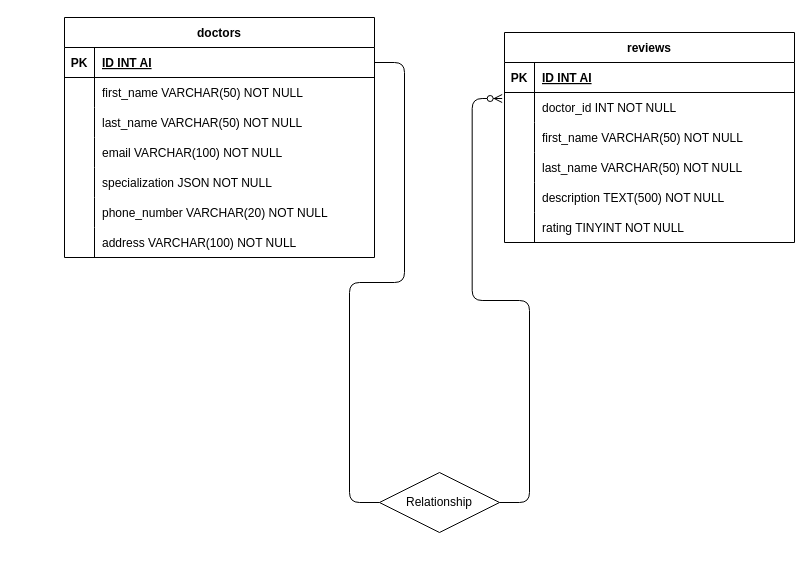
danielaconceicao/BDoctors keeps this draw.io diagram as BackEnd/db.drawio. Above is the earlier version. Source tidied: cells renumbered, new cells numbered last; positions are measured from the earlier drawing's top-left corner, leaving out a move shared by most shapes. Both pictures are drawn from the tidied source at 100%, with x=0, y=0 at pixel (64, 17).
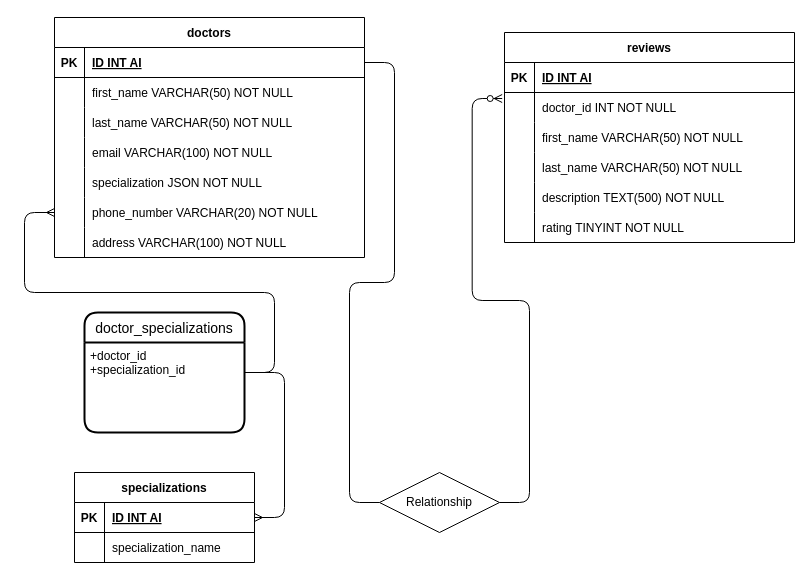
The same page after the edit.

Change to the diagram source:
```diff
@@
     <mxCell id="2" value="doctors" style="shape=table;startSize=30;childLayout=tableLayout;rowLines=0;fontStyle=1;align=center;" parent="1" vertex="1">
-      <mxGeometry width="310" height="240" as="geometry" />
+      <mxGeometry x="-10" width="310" height="240" as="geometry" />
     </mxCell>
@@
+    <mxCell id="46" value="specializations" style="shape=table;startSize=30;childLayout=tableLayout;rowLines=0;fontStyle=1;align=center;" parent="1" vertex="1">
+      <mxGeometry x="10" y="455" width="180" height="90" as="geometry" />
+    </mxCell>
+    <mxCell id="47" style="shape=tableRow;horizontal=0;startSize=0;swimlaneHead=0;swimlaneBody=0;fillColor=none;top=0;left=0;right=0;bottom=1;" parent="46" vertex="1">
+      <mxGeometry y="30" width="180" height="30" as="geometry" />
+    </mxCell>
+    <mxCell id="48" value="PK" style="shape=partialRectangle;fillColor=none;top=0;left=0;bottom=0;right=0;fontStyle=1;overflow=hidden;" parent="47" vertex="1">
+      <mxGeometry width="30" height="30" as="geometry" />
+    </mxCell>
+    <mxCell id="49" value="ID INT AI" style="shape=partialRectangle;fillColor=none;top=0;left=0;bottom=0;right=0;align=left;spacingLeft=6;fontStyle=5;overflow=hidden;" parent="47" vertex="1">
+      <mxGeometry x="30" width="150" height="30" as="geometry" />
+    </mxCell>
+    <mxCell id="50" style="shape=tableRow;horizontal=0;startSize=0;swimlaneHead=0;swimlaneBody=0;fillColor=none;top=0;left=0;right=0;bottom=0;" parent="46" vertex="1">
+      <mxGeometry y="60" width="180" height="30" as="geometry" />
+    </mxCell>
+    <mxCell id="51" style="shape=partialRectangle;fillColor=none;top=0;left=0;bottom=0;right=0;overflow=hidden;" parent="50" vertex="1">
+      <mxGeometry width="30" height="30" as="geometry" />
+    </mxCell>
+    <mxCell id="52" value="specialization_name" style="shape=partialRectangle;fillColor=none;top=0;left=0;bottom=0;right=0;align=left;spacingLeft=6;overflow=hidden;" parent="50" vertex="1">
+      <mxGeometry x="30" width="150" height="30" as="geometry" />
+    </mxCell>
+    <mxCell id="53" style="edgeStyle=entityRelationEdgeStyle;fontSize=12;html=1;endArrow=ERmany;startArrow=none;" parent="1" edge="1" source="55">
+      <mxGeometry relative="1" as="geometry">
+        <mxPoint x="-10" y="195" as="targetPoint" />
+      </mxGeometry>
+    </mxCell>
+    <mxCell id="54" style="edgeStyle=entityRelationEdgeStyle;fontSize=12;html=1;endArrow=none;startArrow=ERmany;" parent="1" edge="1" source="46" target="55">
+      <mxGeometry relative="1" as="geometry" />
+    </mxCell>
+    <mxCell id="55" value="doctor_specializations" style="swimlane;horizontal=1;startSize=30;rounded=1;fontSize=14;fontStyle=0;strokeWidth=2;shadow=0;dashed=0;align=center;" parent="1" vertex="1">
+      <mxGeometry x="20" y="295" width="160" height="120" as="geometry" />
+    </mxCell>
+    <mxCell id="56" style="edgeStyle=none;html=1;" parent="55" edge="1" source="57" target="55">
+      <mxGeometry relative="1" as="geometry" />
+    </mxCell>
+    <mxCell id="57" value="+doctor_id&#10;+specialization_id" style="align=left;strokeColor=none;fillColor=none;spacingLeft=4;fontSize=12;verticalAlign=top;" parent="55" vertex="1">
+      <mxGeometry y="30" width="160" height="90" as="geometry" />
+    </mxCell>
```
